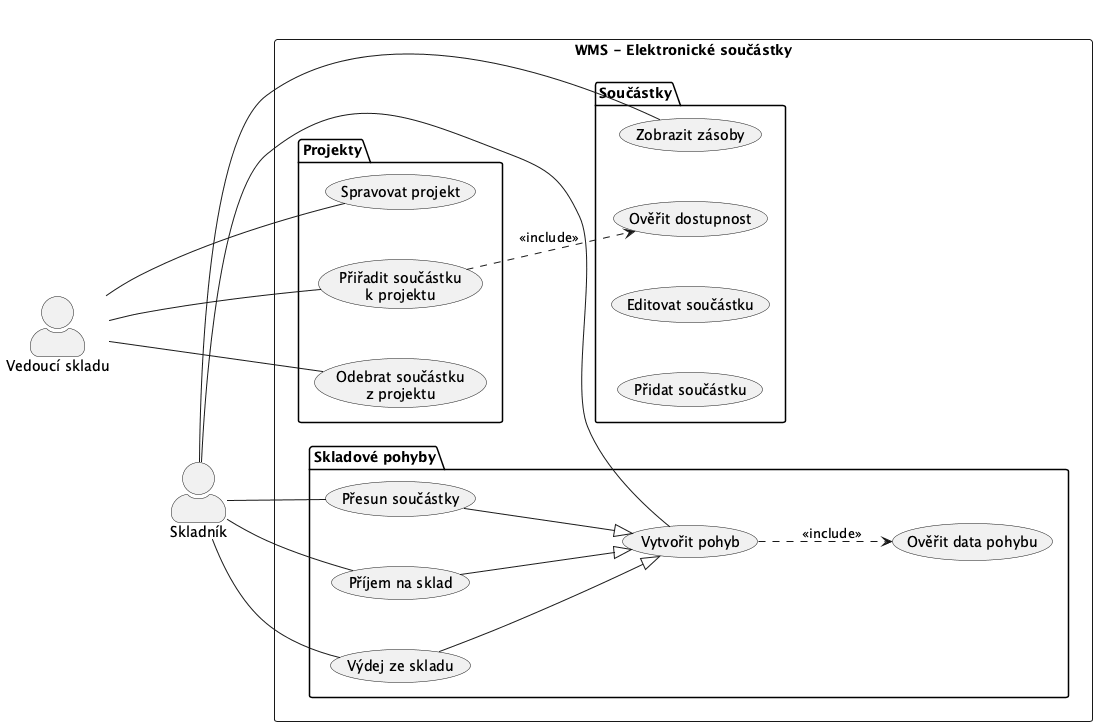
lkvapil/kOdevzdaniProjektWMS keeps this PlantUML diagram as docs/images/01_use_case.png. Above is the earlier version.
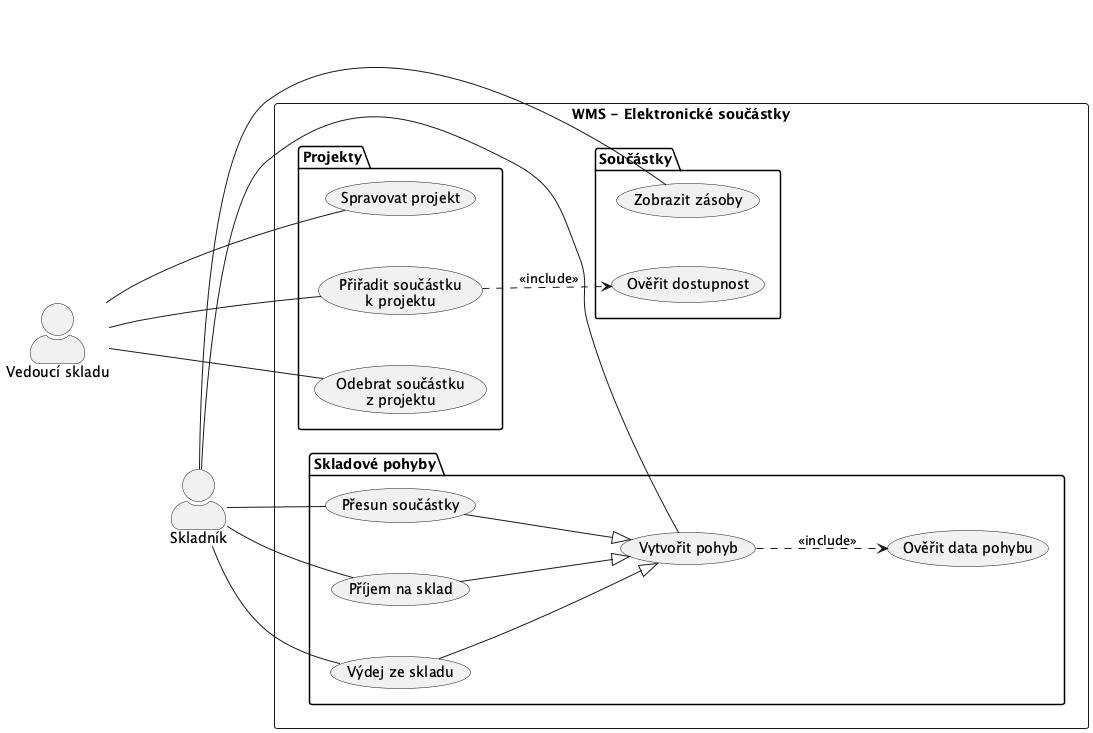
Above is the later version.

The edit, as a diff of the source:
```diff
@@ -19,8 +19,6 @@
   }
 
   package "Součástky" {
-    usecase "Přidat součástku" as UC_ADD
-    usecase "Editovat součástku" as UC_EDIT
     usecase "Zobrazit zásoby" as UC_ZASOBY
     usecase "Ověřit dostupnost" as UC_DOSTUPNOST
   }
```
